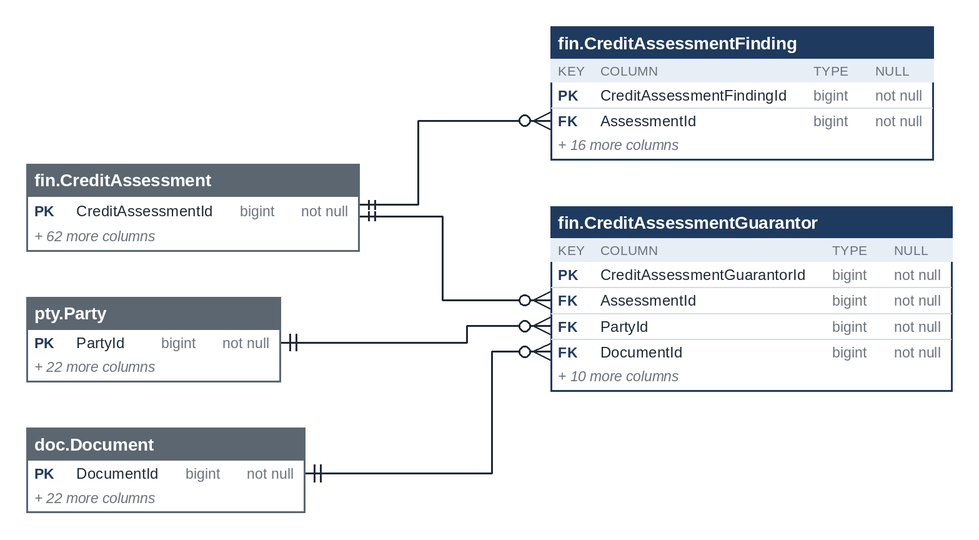
This is treasury-platform/docs/diagrams/erd-en/m5_financials_8.png from thawrasy/smartlines, a Mermaid export, as it was before one commit. Its source is kept beside it as treasury-platform/docs/diagrams/erd/m5_financials_8.mmd.
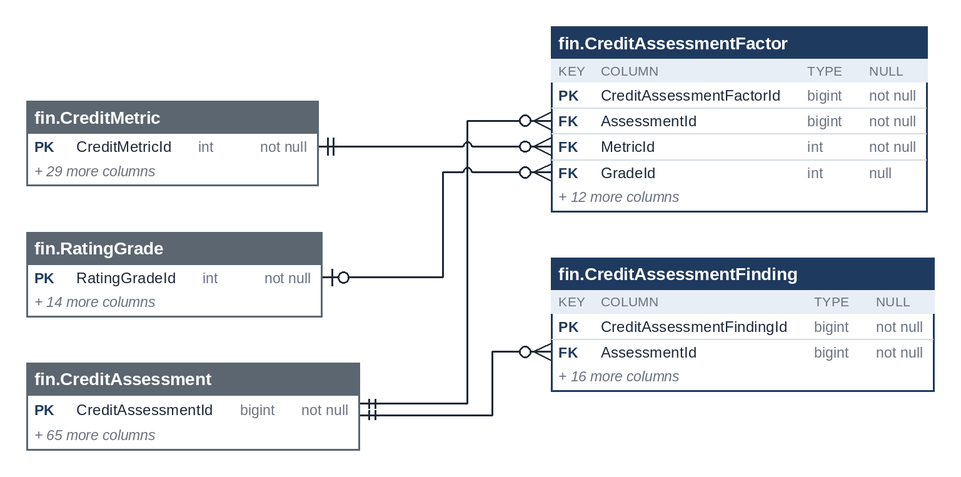
The same file after the commit.

The edit, as a diff of the source:
```diff
@@ -1,4 +1,9 @@
 erDiagram
+  fin_IndustrySensitivity["fin.IndustrySensitivity"] {
+    int IndustrySensitivityId PK
+    int IndustryId FK
+    int ShockDriverId FK
+  }
   fin_LenderRating["fin.LenderRating"] {
     bigint LenderRatingId PK
     bigint CompanyId FK
@@ -12,7 +17,4 @@
     int LineCatalogItemAliasId PK
     int LineCatalogItemId FK
   }
-  fin_MacroScenario["fin.MacroScenario"] {
-    int MacroScenarioId PK
-  }
   fin_LineCatalogItem ||--o{ fin_LineCatalogItemAlias : "LineCatalogItemId"
```
